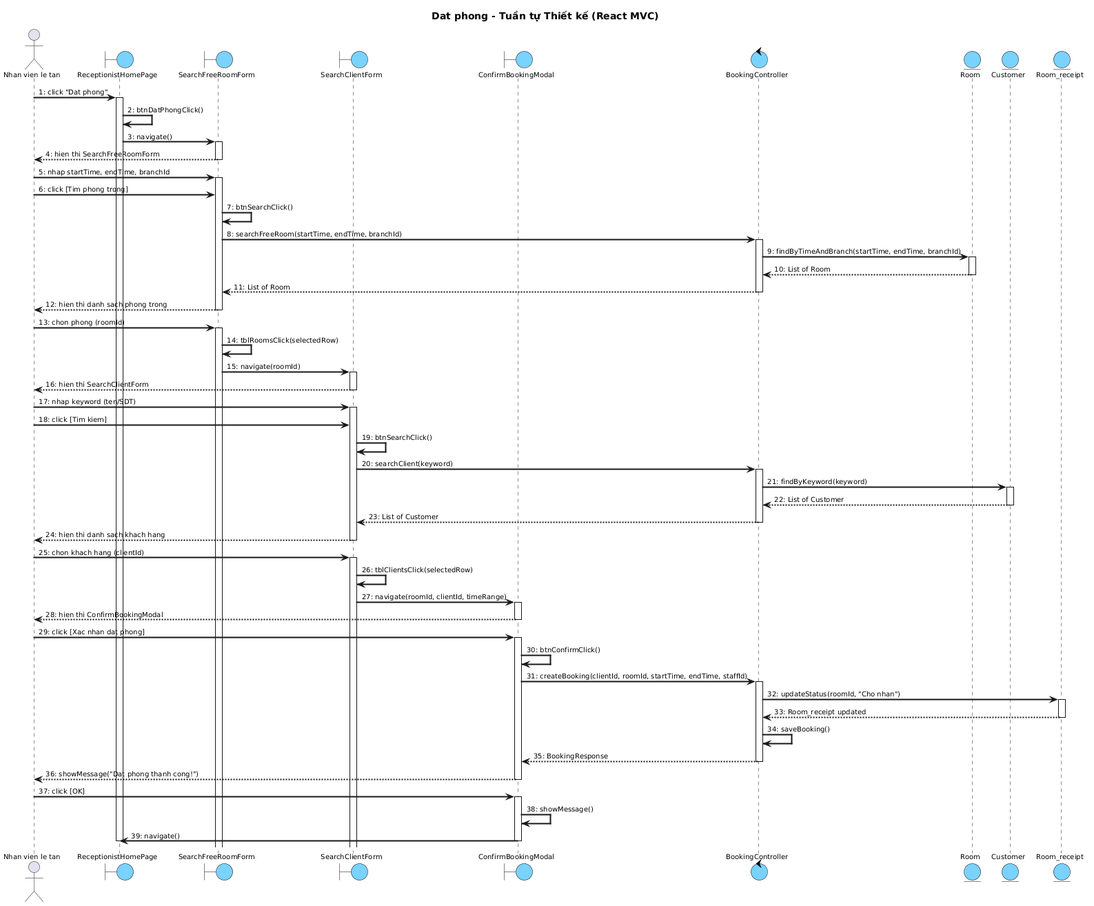
The PlantUML diagram output/diagrams/booking_seq_1.png in thanhtrnnn/cnpm, before a commit. The source it was exported from:
```plantuml
@startuml
skinparam shadowing false
skinparam defaultFontName Arial
skinparam defaultFontSize 10
skinparam SequenceArrowThickness 2
skinparam ParticipantBackgroundColor #7AD2FF
skinparam ParticipantBorderColor black
skinparam BoundaryBackgroundColor #7AD2FF
skinparam BoundaryBorderColor black
skinparam ControlBackgroundColor #7AD2FF
skinparam ControlBorderColor black
skinparam EntityBackgroundColor #7AD2FF
skinparam EntityBorderColor black

title Dat phong - Tuần tự Thiết kế (React MVC)

actor "Nhan vien le tan" as NV
boundary "ReceptionistHomePage" as Home
boundary "SearchFreeRoomForm" as SRF
boundary "SearchClientForm" as SCF
boundary "ConfirmBookingModal" as CBM
control "BookingController" as Ctrl
entity "Room" as Room
entity "Customer" as Cust
entity "Room_receipt" as RR

NV -> Home : 1: click "Dat phong"
activate Home
Home -> Home : 2: btnDatPhongClick()
Home -> SRF : 3: navigate()
activate SRF
SRF --> NV : 4: hien thi SearchFreeRoomForm
deactivate SRF

NV -> SRF : 5: nhap startTime, endTime, branchId
activate SRF
NV -> SRF : 6: click [Tim phong trong]
SRF -> SRF : 7: btnSearchClick()
SRF -> Ctrl : 8: searchFreeRoom(startTime, endTime, branchId)
activate Ctrl
Ctrl -> Room : 9: findByTimeAndBranch(startTime, endTime, branchId)
activate Room
Room --> Ctrl : 10: List of Room
deactivate Room
Ctrl --> SRF : 11: List of Room
deactivate Ctrl
SRF --> NV : 12: hien thi danh sach phong trong
deactivate SRF

NV -> SRF : 13: chon phong (roomId)
activate SRF
SRF -> SRF : 14: tblRoomsClick(selectedRow)
SRF -> SCF : 15: navigate(roomId)
activate SCF
SCF --> NV : 16: hien thi SearchClientForm
deactivate SCF

NV -> SCF : 17: nhap keyword (ten/SDT)
activate SCF
NV -> SCF : 18: click [Tim kiem]
SCF -> SCF : 19: btnSearchClick()
SCF -> Ctrl : 20: searchClient(keyword)
activate Ctrl
Ctrl -> Cust : 21: findByKeyword(keyword)
activate Cust
Cust --> Ctrl : 22: List of Customer
deactivate Cust
Ctrl --> SCF : 23: List of Customer
deactivate Ctrl
SCF --> NV : 24: hien thi danh sach khach hang
deactivate SCF

NV -> SCF : 25: chon khach hang (clientId)
activate SCF
SCF -> SCF : 26: tblClientsClick(selectedRow)
SCF -> CBM : 27: navigate(roomId, clientId, timeRange)
activate CBM
CBM --> NV : 28: hien thi ConfirmBookingModal
deactivate CBM

NV -> CBM : 29: click [Xac nhan dat phong]
activate CBM
CBM -> CBM : 30: btnConfirmClick()
CBM -> Ctrl : 31: createBooking(clientId, roomId, startTime, endTime, staffId)
activate Ctrl
Ctrl -> RR : 32: updateStatus(roomId, "Cho nhan")
activate RR
RR --> Ctrl : 33: Room_receipt updated
deactivate RR
Ctrl -> Ctrl : 34: saveBooking()
Ctrl --> CBM : 35: BookingResponse
deactivate Ctrl
CBM --> NV : 36: showMessage("Dat phong thanh cong!")
deactivate CBM

NV -> CBM : 37: click [OK]
activate CBM
CBM -> CBM : 38: showMessage()
CBM -> Home : 39: navigate()
deactivate CBM
deactivate Home
@enduml
```
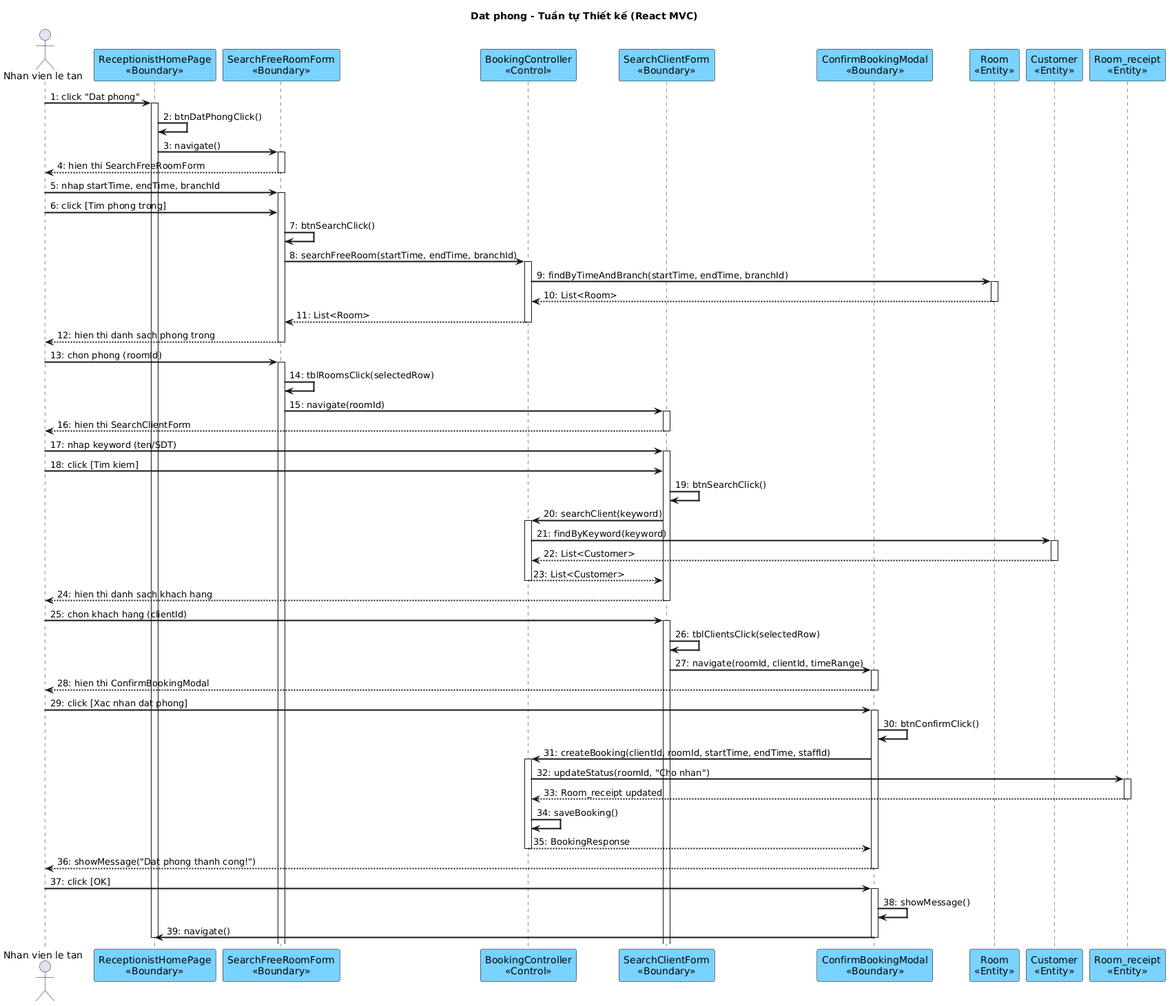
The same file after the commit.

The edit, as a diff of the source:
```diff
@@ -1,7 +1,6 @@
 @startuml
 skinparam shadowing false
-skinparam defaultFontName Arial
-skinparam defaultFontSize 10
+skinparam SequenceMessageAlign left
 skinparam SequenceArrowThickness 2
 skinparam ParticipantBackgroundColor #7AD2FF
 skinparam ParticipantBorderColor black
@@ -15,14 +14,14 @@
 title Dat phong - Tuần tự Thiết kế (React MVC)
 
 actor "Nhan vien le tan" as NV
-boundary "ReceptionistHomePage" as Home
-boundary "SearchFreeRoomForm" as SRF
-boundary "SearchClientForm" as SCF
-boundary "ConfirmBookingModal" as CBM
-control "BookingController" as Ctrl
-entity "Room" as Room
-entity "Customer" as Cust
-entity "Room_receipt" as RR
+participant "ReceptionistHomePage\n<<Boundary>>" as Home
+participant "SearchFreeRoomForm\n<<Boundary>>" as SRF
+participant "BookingController\n<<Control>>" as Ctrl
+participant "SearchClientForm\n<<Boundary>>" as SCF
+participant "ConfirmBookingModal\n<<Boundary>>" as CBM
+participant "Room\n<<Entity>>" as Room
+participant "Customer\n<<Entity>>" as Cust
+participant "Room_receipt\n<<Entity>>" as RR
 
 NV -> Home : 1: click "Dat phong"
 activate Home
@@ -40,9 +39,9 @@
 activate Ctrl
 Ctrl -> Room : 9: findByTimeAndBranch(startTime, endTime, branchId)
 activate Room
-Room --> Ctrl : 10: List of Room
+Room --> Ctrl : 10: List<Room>
 deactivate Room
-Ctrl --> SRF : 11: List of Room
+Ctrl --> SRF : 11: List<Room>
 deactivate Ctrl
 SRF --> NV : 12: hien thi danh sach phong trong
 deactivate SRF
@@ -63,9 +62,9 @@
 activate Ctrl
 Ctrl -> Cust : 21: findByKeyword(keyword)
 activate Cust
-Cust --> Ctrl : 22: List of Customer
+Cust --> Ctrl : 22: List<Customer>
 deactivate Cust
-Ctrl --> SCF : 23: List of Customer
+Ctrl --> SCF : 23: List<Customer>
 deactivate Ctrl
 SCF --> NV : 24: hien thi danh sach khach hang
 deactivate SCF
```
